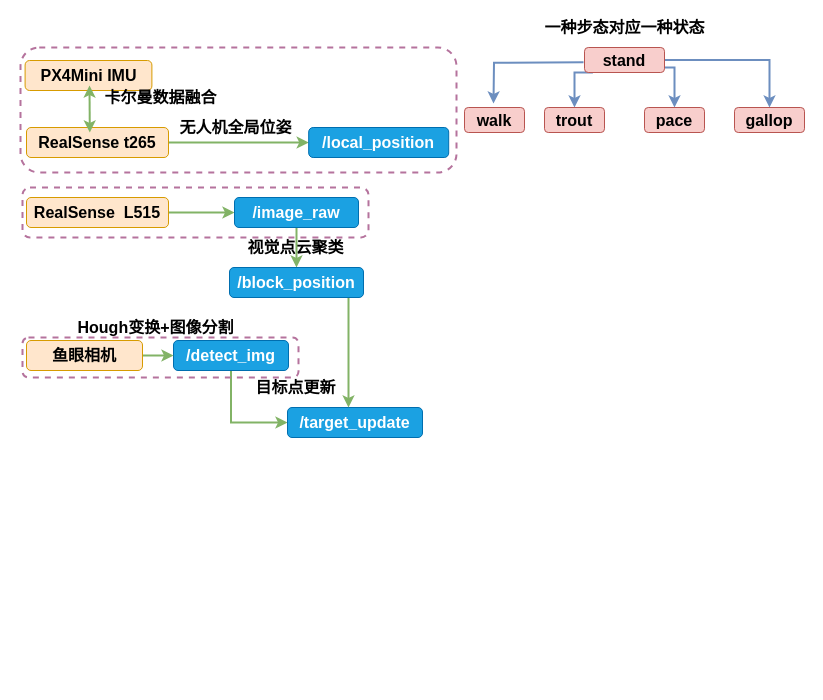
Earlier version of the draw.io diagram quadruped.drawio (Dem-phi/Everlasting-HA.github.io). Source tidied: cells renumbered, new cells numbered last; positions are measured from the earlier drawing's top-left corner, leaving out a move shared by most shapes. Both pictures are drawn from the tidied source at 100%, with x=0, y=0 at pixel (20, 17).
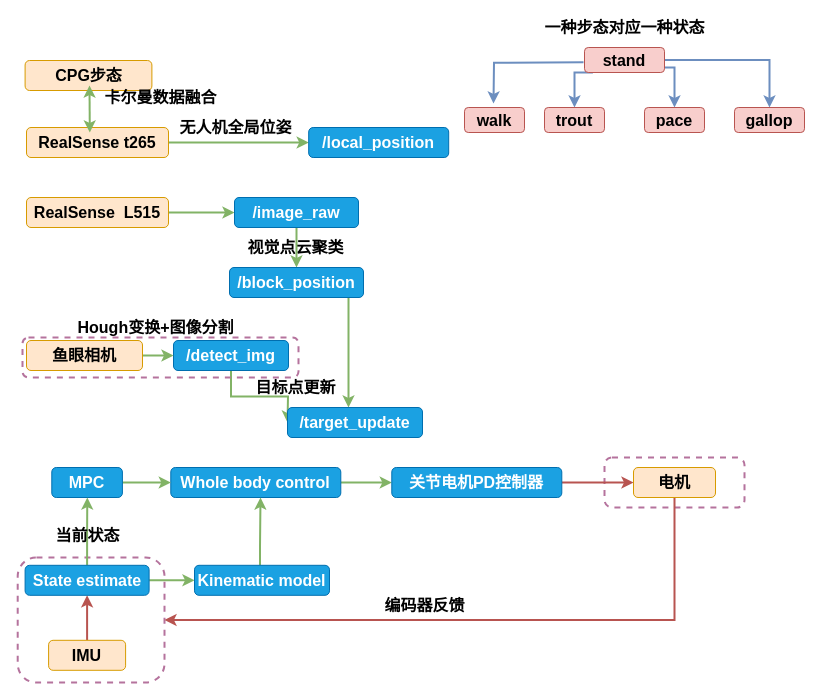
The same diagram, later.

The change refers to these unchanged cells:
```xml
<mxCell id="5" value="/detect_img" style="rounded=1;whiteSpace=wrap;html=1;fillColor=#1ba1e2;strokeColor=#006EAF;horizontal=1;fontSize=16;fontColor=#ffffff;fontStyle=1;" parent="1" vertex="1">
  <mxGeometry x="153" y="323" width="115" height="30" as="geometry" />
</mxCell>
```

Change to the diagram source:
```diff
@@
     <mxCell id="2" style="rounded=1;whiteSpace=wrap;html=1;fillColor=none;dashed=1;strokeColor=#B5739D;strokeWidth=2;" parent="1" vertex="1">
-      <mxGeometry y="30" width="436" height="125" as="geometry" />
+      <mxGeometry x="-2.8" y="540" width="146.8" height="125" as="geometry" />
     </mxCell>
     <mxCell id="3" style="rounded=1;whiteSpace=wrap;html=1;fillColor=none;dashed=1;strokeColor=#B5739D;strokeWidth=2;" parent="1" vertex="1">
-      <mxGeometry x="2" y="170" width="346" height="50" as="geometry" />
+      <mxGeometry x="584" y="440" width="140" height="50" as="geometry" />
     </mxCell>
-    <mxCell id="4" style="edgeStyle=orthogonalEdgeStyle;rounded=0;jettySize=auto;html=1;strokeWidth=2;fillColor=#d5e8d4;strokeColor=#82b366;entryX=0;entryY=0.5;entryDx=0;entryDy=0;" parent="1" edge="1" source="5" target="21">
-      <mxGeometry relative="1" as="geometry" />
+    <mxCell id="4" style="edgeStyle=orthogonalEdgeStyle;rounded=0;jettySize=auto;html=1;strokeWidth=2;fillColor=#d5e8d4;strokeColor=#82b366;entryX=0;entryY=0.5;entryDx=0;entryDy=0;" parent="1" edge="1" source="5">
+      <mxGeometry relative="1" as="geometry">
+        <mxPoint x="267" y="405" as="targetPoint" />
+      </mxGeometry>
     </mxCell>
@@
-    <mxCell id="21" value="/target_update" style="rounded=1;whiteSpace=wrap;html=1;fillColor=#1ba1e2;strokeColor=#006EAF;horizontal=1;fontSize=16;fontColor=#ffffff;fontStyle=1;" parent="1" vertex="1">
-      <mxGeometry x="267" y="390" width="135" height="30" as="geometry" />
-    </mxCell>
@@
-    <mxCell id="32" value="&lt;font color=&quot;#000000&quot;&gt;PX4Mini IMU&lt;/font&gt;" style="rounded=1;whiteSpace=wrap;html=1;fontSize=16;fillColor=#ffe6cc;strokeColor=#d79b00;fontStyle=1;" parent="1" vertex="1">
+    <mxCell id="32" value="&lt;font color=&quot;#000000&quot;&gt;CPG步态&lt;/font&gt;" style="rounded=1;whiteSpace=wrap;html=1;fontSize=16;fillColor=#ffe6cc;strokeColor=#d79b00;fontStyle=1;" parent="1" vertex="1">
       <mxGeometry x="4.6" y="43" width="126.8" height="30" as="geometry" />
     </mxCell>
@@
+    <mxCell id="36" style="edgeStyle=orthogonalEdgeStyle;rounded=0;jettySize=auto;html=1;strokeWidth=2;fillColor=#d5e8d4;strokeColor=#82b366;" parent="1" edge="1" source="37" target="41">
+      <mxGeometry relative="1" as="geometry" />
+    </mxCell>
+    <mxCell id="37" value="Whole body control" style="rounded=1;whiteSpace=wrap;html=1;fillColor=#1ba1e2;strokeColor=#006EAF;horizontal=1;fontSize=16;fontColor=#ffffff;fontStyle=1;" parent="1" vertex="1">
+      <mxGeometry x="150.3" y="450" width="170" height="30" as="geometry" />
+    </mxCell>
+    <mxCell id="38" style="edgeStyle=orthogonalEdgeStyle;rounded=0;jettySize=auto;html=1;strokeWidth=2;fillColor=#d5e8d4;strokeColor=#82b366;" parent="1" edge="1" source="39" target="37">
+      <mxGeometry relative="1" as="geometry" />
+    </mxCell>
+    <mxCell id="39" value="MPC" style="rounded=1;whiteSpace=wrap;html=1;fillColor=#1ba1e2;strokeColor=#006EAF;horizontal=1;fontSize=16;fontColor=#ffffff;fontStyle=1;" parent="1" vertex="1">
+      <mxGeometry x="31.3" y="450" width="70.6" height="30" as="geometry" />
+    </mxCell>
+    <mxCell id="40" style="edgeStyle=orthogonalEdgeStyle;rounded=0;jettySize=auto;html=1;strokeWidth=2;fillColor=#f8cecc;strokeColor=#b85450;" parent="1" edge="1" source="41" target="51">
+      <mxGeometry relative="1" as="geometry" />
+    </mxCell>
+    <mxCell id="41" value="关节电机PD控制器" style="rounded=1;whiteSpace=wrap;html=1;fillColor=#1ba1e2;strokeColor=#006EAF;horizontal=1;fontSize=16;fontColor=#ffffff;fontStyle=1;" parent="1" vertex="1">
+      <mxGeometry x="371.3" y="450" width="170" height="30" as="geometry" />
+    </mxCell>
+    <mxCell id="42" style="edgeStyle=orthogonalEdgeStyle;rounded=0;jettySize=auto;html=1;strokeWidth=2;fillColor=#f8cecc;strokeColor=#b85450;" parent="1" edge="1" source="43" target="46">
+      <mxGeometry relative="1" as="geometry" />
+    </mxCell>
+    <mxCell id="43" value="&lt;font color=&quot;#000000&quot;&gt;IMU&lt;/font&gt;" style="rounded=1;whiteSpace=wrap;html=1;fontSize=16;fillColor=#ffe6cc;strokeColor=#d79b00;fontStyle=1;" parent="1" vertex="1">
+      <mxGeometry x="28.1" y="622.8" width="77" height="30" as="geometry" />
+    </mxCell>
+    <mxCell id="44" style="edgeStyle=orthogonalEdgeStyle;rounded=0;jettySize=auto;html=1;strokeWidth=2;entryX=0.895;entryY=1.073;entryDx=0;entryDy=0;entryPerimeter=0;fillColor=#d5e8d4;strokeColor=#82b366;" parent="1" edge="1" source="46">
+      <mxGeometry relative="1" as="geometry">
+        <mxPoint x="66.8" y="480" as="targetPoint" />
+      </mxGeometry>
+    </mxCell>
+    <mxCell id="45" style="edgeStyle=orthogonalEdgeStyle;rounded=0;jettySize=auto;html=1;strokeWidth=2;fillColor=#d5e8d4;strokeColor=#82b366;" parent="1" edge="1" source="46" target="49">
+      <mxGeometry relative="1" as="geometry" />
+    </mxCell>
+    <mxCell id="46" value="State estimate" style="rounded=1;whiteSpace=wrap;html=1;fillColor=#1ba1e2;strokeColor=#006EAF;horizontal=1;fontSize=16;fontColor=#ffffff;fontStyle=1;" parent="1" vertex="1">
+      <mxGeometry x="4.6" y="547.8" width="124" height="30" as="geometry" />
+    </mxCell>
+    <mxCell id="47" value="&lt;b&gt;当前状态&lt;br&gt;&lt;/b&gt;" style="text;html=1;align=center;verticalAlign=middle;fillColor=none;strokeColor=none;rounded=0;fontSize=16;" parent="1" vertex="1">
+      <mxGeometry x="26.6" y="507.8" width="80" height="20" as="geometry" />
+    </mxCell>
+    <mxCell id="21" value="/target_update" style="rounded=1;whiteSpace=wrap;html=1;fillColor=#1ba1e2;strokeColor=#006EAF;horizontal=1;fontSize=16;fontColor=#ffffff;fontStyle=1;" parent="1" vertex="1">
+      <mxGeometry x="267" y="390" width="135" height="30" as="geometry" />
+    </mxCell>
+    <mxCell id="48" style="edgeStyle=orthogonalEdgeStyle;rounded=0;orthogonalLoop=1;jettySize=auto;html=1;strokeWidth=2;fillColor=#d5e8d4;strokeColor=#82b366;" parent="1" edge="1">
+      <mxGeometry relative="1" as="geometry">
+        <mxPoint x="239.5" y="547.8" as="sourcePoint" />
+        <mxPoint x="240" y="480" as="targetPoint" />
+        <Array as="points">
+          <mxPoint x="240" y="530" />
+          <mxPoint x="240" y="530" />
+        </Array>
+      </mxGeometry>
+    </mxCell>
+    <mxCell id="49" value="Kinematic model" style="rounded=1;whiteSpace=wrap;html=1;fillColor=#1ba1e2;strokeColor=#006EAF;horizontal=1;fontSize=16;fontColor=#ffffff;fontStyle=1;" parent="1" vertex="1">
+      <mxGeometry x="174" y="547.8" width="135" height="30" as="geometry" />
+    </mxCell>
+    <mxCell id="50" style="edgeStyle=orthogonalEdgeStyle;rounded=0;jettySize=auto;html=1;entryX=1;entryY=0.5;entryDx=0;entryDy=0;strokeWidth=2;fillColor=#f8cecc;strokeColor=#b85450;" parent="1" edge="1" source="51" target="2">
+      <mxGeometry relative="1" as="geometry">
+        <Array as="points">
+          <mxPoint x="654" y="603" />
+        </Array>
+      </mxGeometry>
+    </mxCell>
+    <mxCell id="51" value="电机" style="rounded=1;whiteSpace=wrap;html=1;fontSize=16;fillColor=#ffe6cc;strokeColor=#d79b00;fontStyle=1;" parent="1" vertex="1">
+      <mxGeometry x="613" y="450" width="82" height="30" as="geometry" />
+    </mxCell>
+    <mxCell id="52" value="&lt;b&gt;编码器反馈&lt;br&gt;&lt;/b&gt;" style="text;html=1;align=center;verticalAlign=middle;fillColor=none;strokeColor=none;rounded=0;fontSize=16;" parent="1" vertex="1">
+      <mxGeometry x="354" y="577.8" width="100" height="20" as="geometry" />
+    </mxCell>
```
